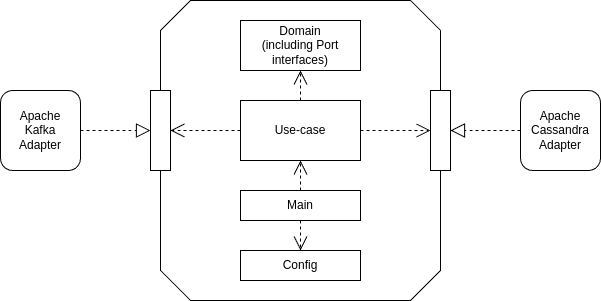
ngnie/small-tool-formatter keeps this draw.io diagram as etc/images/port-adapter.png. Above is the earlier version. Source tidied: cells renumbered, new cells last; positions are measured from the earlier drawing's top-left corner, leaving out a move shared by most shapes. Its diagram source:
```xml
<mxGraphModel>
  <root>
    <mxCell id="0" />
    <mxCell id="1" parent="0" />
    <mxCell id="2" style="whiteSpace=wrap;html=1;shape=mxgraph.basic.octagon2;align=center;verticalAlign=middle;dx=15;" parent="1" vertex="1">
      <mxGeometry x="160" width="280" height="300" as="geometry" />
    </mxCell>
    <mxCell id="3" value="Config" style="rounded=0;whiteSpace=wrap;html=1;" parent="1" vertex="1">
      <mxGeometry x="240" y="250" width="120" height="30" as="geometry" />
    </mxCell>
    <mxCell id="4" value="Main" style="rounded=0;whiteSpace=wrap;html=1;" parent="1" vertex="1">
      <mxGeometry x="240" y="190" width="120" height="30" as="geometry" />
    </mxCell>
    <mxCell id="5" value="Use-case" style="rounded=0;whiteSpace=wrap;html=1;" parent="1" vertex="1">
      <mxGeometry x="240" y="100" width="120" height="60" as="geometry" />
    </mxCell>
    <mxCell id="6" value="Domain&lt;div&gt;(including Port interfaces)&lt;/div&gt;" style="rounded=0;whiteSpace=wrap;html=1;" parent="1" vertex="1">
      <mxGeometry x="240" y="20" width="120" height="50" as="geometry" />
    </mxCell>
    <mxCell id="7" style="endArrow=block;dashed=1;endFill=0;endSize=12;html=1;rounded=0;entryX=0;entryY=0.5;entryDx=0;entryDy=0;" parent="1" edge="1" source="11" target="8">
      <mxGeometry relative="1" as="geometry" />
    </mxCell>
    <mxCell id="8" style="rounded=0;whiteSpace=wrap;html=1;" parent="1" vertex="1">
      <mxGeometry x="150" y="90" width="20" height="80" as="geometry" />
    </mxCell>
    <mxCell id="9" style="endArrow=block;dashed=1;endFill=0;endSize=12;html=1;rounded=0;entryX=1;entryY=0.5;entryDx=0;entryDy=0;exitX=0;exitY=0.5;exitDx=0;exitDy=0;" parent="1" edge="1" source="12" target="10">
      <mxGeometry relative="1" as="geometry" />
    </mxCell>
    <mxCell id="10" style="rounded=0;whiteSpace=wrap;html=1;" parent="1" vertex="1">
      <mxGeometry x="430" y="90" width="20" height="80" as="geometry" />
    </mxCell>
    <mxCell id="11" value="&lt;div&gt;Apache&lt;/div&gt;&lt;div&gt;Kafka&lt;/div&gt;&lt;div&gt;&lt;div&gt;Adapter&lt;/div&gt;&lt;/div&gt;" style="rounded=1;whiteSpace=wrap;html=1;" parent="1" vertex="1">
      <mxGeometry y="90" width="80" height="80" as="geometry" />
    </mxCell>
    <mxCell id="12" value="Apache&lt;div&gt;Cassandra&lt;div&gt;Adapter&lt;/div&gt;&lt;/div&gt;" style="rounded=1;whiteSpace=wrap;html=1;" parent="1" vertex="1">
      <mxGeometry x="520" y="90" width="80" height="80" as="geometry" />
    </mxCell>
    <mxCell id="13" style="endArrow=open;endSize=12;dashed=1;html=1;rounded=0;entryX=1;entryY=0.5;entryDx=0;entryDy=0;" parent="1" edge="1" source="5" target="8">
      <mxGeometry relative="1" as="geometry" />
    </mxCell>
    <mxCell id="14" style="endArrow=open;endSize=12;dashed=1;html=1;rounded=0;entryX=0;entryY=0.5;entryDx=0;entryDy=0;exitX=1;exitY=0.5;exitDx=0;exitDy=0;" parent="1" edge="1" source="5" target="10">
      <mxGeometry relative="1" as="geometry" />
    </mxCell>
    <mxCell id="15" style="endArrow=open;endSize=12;dashed=1;html=1;rounded=0;" parent="1" edge="1" target="3">
      <mxGeometry relative="1" as="geometry">
        <mxPoint x="300" y="220" as="sourcePoint" />
      </mxGeometry>
    </mxCell>
    <mxCell id="16" style="endArrow=open;endSize=12;dashed=1;html=1;rounded=0;exitX=0.5;exitY=0;exitDx=0;exitDy=0;" parent="1" edge="1" source="4" target="5">
      <mxGeometry relative="1" as="geometry" />
    </mxCell>
    <mxCell id="17" style="endArrow=open;endSize=12;dashed=1;html=1;rounded=0;entryX=0.5;entryY=1;entryDx=0;entryDy=0;" parent="1" edge="1" target="6">
      <mxGeometry relative="1" as="geometry">
        <mxPoint x="300" y="100" as="sourcePoint" />
      </mxGeometry>
    </mxCell>
  </root>
</mxGraphModel>
```
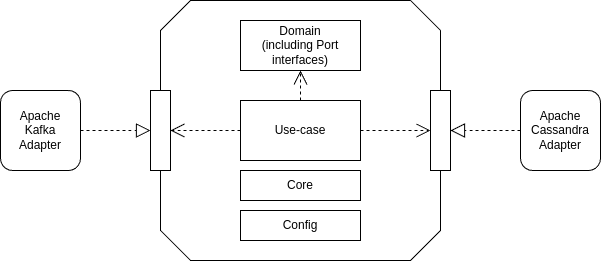
The same diagram one commit later.

What changed in the source:
```diff
@@ -3,13 +3,13 @@
     <mxCell id="0" />
     <mxCell id="1" parent="0" />
     <mxCell id="2" style="whiteSpace=wrap;html=1;shape=mxgraph.basic.octagon2;align=center;verticalAlign=middle;dx=15;" parent="1" vertex="1">
-      <mxGeometry x="160" width="280" height="300" as="geometry" />
+      <mxGeometry x="160" width="280" height="260" as="geometry" />
     </mxCell>
     <mxCell id="3" value="Config" style="rounded=0;whiteSpace=wrap;html=1;" parent="1" vertex="1">
-      <mxGeometry x="240" y="250" width="120" height="30" as="geometry" />
+      <mxGeometry x="240" y="210" width="120" height="30" as="geometry" />
     </mxCell>
-    <mxCell id="4" value="Main" style="rounded=0;whiteSpace=wrap;html=1;" parent="1" vertex="1">
-      <mxGeometry x="240" y="190" width="120" height="30" as="geometry" />
+    <mxCell id="4" value="Core" style="rounded=0;whiteSpace=wrap;html=1;" parent="1" vertex="1">
+      <mxGeometry x="240" y="170" width="120" height="30" as="geometry" />
     </mxCell>
     <mxCell id="5" value="Use-case" style="rounded=0;whiteSpace=wrap;html=1;" parent="1" vertex="1">
       <mxGeometry x="240" y="100" width="120" height="60" as="geometry" />
@@ -41,14 +41,6 @@
     <mxCell id="14" style="endArrow=open;endSize=12;dashed=1;html=1;rounded=0;entryX=0;entryY=0.5;entryDx=0;entryDy=0;exitX=1;exitY=0.5;exitDx=0;exitDy=0;" parent="1" edge="1" source="5" target="10">
       <mxGeometry relative="1" as="geometry" />
     </mxCell>
-    <mxCell id="15" style="endArrow=open;endSize=12;dashed=1;html=1;rounded=0;" parent="1" edge="1" target="3">
-      <mxGeometry relative="1" as="geometry">
-        <mxPoint x="300" y="220" as="sourcePoint" />
-      </mxGeometry>
-    </mxCell>
-    <mxCell id="16" style="endArrow=open;endSize=12;dashed=1;html=1;rounded=0;exitX=0.5;exitY=0;exitDx=0;exitDy=0;" parent="1" edge="1" source="4" target="5">
-      <mxGeometry relative="1" as="geometry" />
-    </mxCell>
     <mxCell id="17" style="endArrow=open;endSize=12;dashed=1;html=1;rounded=0;entryX=0.5;entryY=1;entryDx=0;entryDy=0;" parent="1" edge="1" target="6">
       <mxGeometry relative="1" as="geometry">
         <mxPoint x="300" y="100" as="sourcePoint" />
```
